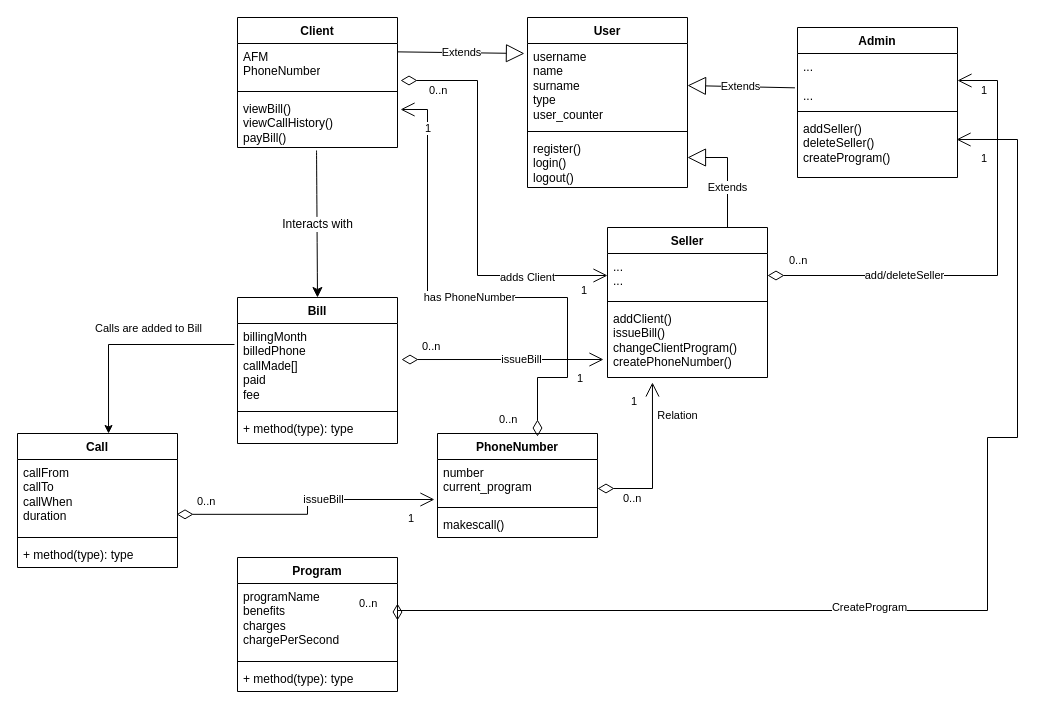
Above: Diagram.drawio in dimitry-lzs/webProgramming (draw.io), before the change. Source tidied: cells renumbered, new cells numbered last; positions are measured from the earlier drawing's top-left corner, leaving out a move shared by most shapes. Both pictures are drawn from the tidied source at 100%, with x=0, y=0 at pixel (17, 17).
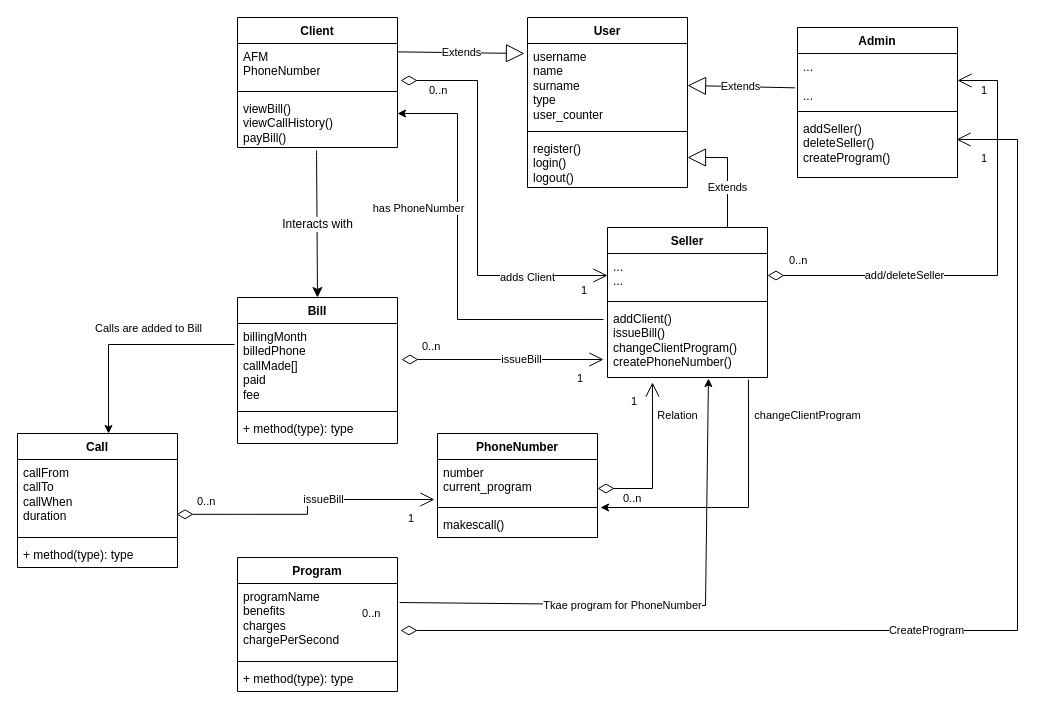
Above is the later version.

The change refers to these unchanged cells:
```xml
<mxCell id="9" value="addSeller()&lt;div&gt;deleteSeller()&lt;/div&gt;&lt;div&gt;createProgram()&lt;/div&gt;" style="text;strokeColor=none;fillColor=none;align=left;verticalAlign=top;spacingLeft=4;spacingRight=4;overflow=hidden;points=[[0,0.5],[1,0.5]];portConstraint=eastwest;whiteSpace=wrap;html=1;" parent="6" vertex="1">
  <mxGeometry y="88" width="160" height="62" as="geometry" />
</mxCell>
<mxCell id="13" value="viewBill()&lt;div&gt;viewCallHistory()&lt;/div&gt;&lt;div&gt;payBill()&lt;/div&gt;" style="text;strokeColor=none;fillColor=none;align=left;verticalAlign=top;spacingLeft=4;spacingRight=4;overflow=hidden;points=[[0,0.5],[1,0.5]];portConstraint=eastwest;whiteSpace=wrap;html=1;" parent="10" vertex="1">
  <mxGeometry y="78" width="160" height="52" as="geometry" />
</mxCell>
<mxCell id="17" value="addClient()&lt;div&gt;issueBill()&lt;/div&gt;&lt;div&gt;changeClientProgram()&lt;br&gt;createPhoneNumber()&lt;/div&gt;&lt;div&gt;&lt;br&gt;&lt;/div&gt;" style="text;strokeColor=none;fillColor=none;align=left;verticalAlign=top;spacingLeft=4;spacingRight=4;overflow=hidden;points=[[0,0.5],[1,0.5]];portConstraint=eastwest;whiteSpace=wrap;html=1;" parent="14" vertex="1">
  <mxGeometry y="78" width="160" height="72" as="geometry" />
</mxCell>
<mxCell id="21" value="PhoneNumber" style="swimlane;fontStyle=1;align=center;verticalAlign=top;horizontal=1;startSize=26;whiteSpace=wrap;html=1;" parent="1" vertex="1">
  <mxGeometry x="420" y="416" width="160" height="104" as="geometry" />
</mxCell>
<mxCell id="24" value="makescall()" style="text;strokeColor=none;fillColor=none;align=left;verticalAlign=top;spacingLeft=4;spacingRight=4;overflow=hidden;points=[[0,0.5],[1,0.5]];portConstraint=eastwest;whiteSpace=wrap;html=1;" parent="21" vertex="1">
  <mxGeometry y="78" width="160" height="26" as="geometry" />
</mxCell>
<mxCell id="26" value="programName&lt;div&gt;benefits&lt;/div&gt;&lt;div&gt;charges&lt;/div&gt;&lt;div&gt;chargePerSecond&lt;/div&gt;" style="text;strokeColor=none;fillColor=none;align=left;verticalAlign=top;spacingLeft=4;spacingRight=4;overflow=hidden;points=[[0,0.5],[1,0.5]];portConstraint=eastwest;whiteSpace=wrap;html=1;" parent="25" vertex="1">
  <mxGeometry y="26" width="160" height="74" as="geometry" />
</mxCell>
```

Change to the diagram source:
```diff
@@
-    <mxCell id="49" value="CreateProgram" style="endArrow=open;html=1;endSize=12;startArrow=diamondThin;startSize=14;startFill=0;edgeStyle=orthogonalEdgeStyle;rounded=0;entryX=0.994;entryY=0.387;entryDx=0;entryDy=0;entryPerimeter=0;exitX=1;exitY=0.5;exitDx=0;exitDy=0;" parent="1" edge="1" source="26" target="9">
-      <mxGeometry x="-0.17" y="3" relative="1" as="geometry">
+    <mxCell id="49" value="CreateProgram" style="endArrow=open;html=1;endSize=12;startArrow=diamondThin;startSize=14;startFill=0;edgeStyle=orthogonalEdgeStyle;rounded=0;entryX=0.994;entryY=0.387;entryDx=0;entryDy=0;entryPerimeter=0;exitX=1.019;exitY=0.635;exitDx=0;exitDy=0;exitPerimeter=0;" parent="1" edge="1" source="26" target="9">
+      <mxGeometry x="-0.1" relative="1" as="geometry">
         <Array as="points">
-          <mxPoint x="970" y="593" />
-          <mxPoint x="970" y="420" />
-          <mxPoint x="1000" y="420" />
+          <mxPoint x="1000" y="613" />
           <mxPoint x="1000" y="122" />
         </Array>
       </mxGeometry>
     </mxCell>
@@
-    <mxCell id="54" value="has PhoneNumber" style="endArrow=open;html=1;endSize=12;startArrow=diamondThin;startSize=14;startFill=0;edgeStyle=orthogonalEdgeStyle;rounded=0;entryX=1.019;entryY=0.269;entryDx=0;entryDy=0;entryPerimeter=0;exitX=0.625;exitY=0.029;exitDx=0;exitDy=0;exitPerimeter=0;" parent="1" edge="1" source="21" target="13">
-      <mxGeometry x="0.02" relative="1" as="geometry">
-        <Array as="points">
-          <mxPoint x="520" y="360" />
-          <mxPoint x="550" y="360" />
-          <mxPoint x="550" y="280" />
-          <mxPoint x="410" y="280" />
-          <mxPoint x="410" y="92" />
-        </Array>
-      </mxGeometry>
-    </mxCell>
-    <mxCell id="55" value="0..n" style="edgeLabel;html=1;align=left;verticalAlign=top;" parent="54" vertex="1">
-      <mxGeometry x="-1" relative="1" as="geometry">
-        <mxPoint x="-40" y="-30" as="offset" />
-      </mxGeometry>
-    </mxCell>
-    <mxCell id="56" value="1" style="edgeLabel;html=1;align=right;verticalAlign=top;" parent="54" vertex="1">
-      <mxGeometry x="1" relative="1" as="geometry">
-        <mxPoint x="31" y="6" as="offset" />
-      </mxGeometry>
-    </mxCell>
@@
+    <mxCell id="62" style="endArrow=classic;html=1;rounded=0;exitX=0.881;exitY=1.028;exitDx=0;exitDy=0;exitPerimeter=0;entryX=1.019;entryY=-0.154;entryDx=0;entryDy=0;entryPerimeter=0;" parent="1" edge="1" source="17" target="24">
+      <mxGeometry relative="1" as="geometry">
+        <Array as="points">
+          <mxPoint x="731" y="490" />
+        </Array>
+      </mxGeometry>
+    </mxCell>
+    <mxCell id="63" value="changeClientProgram" style="edgeLabel;html=1;align=center;verticalAlign=middle;" parent="62" vertex="1">
+      <mxGeometry relative="1" as="geometry">
+        <mxPoint x="69" y="-92" as="offset" />
+      </mxGeometry>
+    </mxCell>
+    <mxCell id="64" style="endArrow=classic;html=1;rounded=0;exitX=1.013;exitY=0.257;exitDx=0;exitDy=0;exitPerimeter=0;entryX=0.631;entryY=1.014;entryDx=0;entryDy=0;entryPerimeter=0;" parent="1" edge="1" source="26" target="17">
+      <mxGeometry relative="1" as="geometry">
+        <Array as="points">
+          <mxPoint x="688" y="588" />
+        </Array>
+      </mxGeometry>
+    </mxCell>
+    <mxCell id="65" value="Tkae program for PhoneNumber" style="edgeLabel;html=1;align=center;verticalAlign=middle;" parent="64" vertex="1">
+      <mxGeometry relative="1" as="geometry">
+        <mxPoint x="-44" as="offset" />
+      </mxGeometry>
+    </mxCell>
+    <mxCell id="66" style="endArrow=classic;html=1;rounded=0;exitX=-0.025;exitY=0.194;exitDx=0;exitDy=0;exitPerimeter=0;entryX=1;entryY=0.346;entryDx=0;entryDy=0;entryPerimeter=0;" parent="1" edge="1" source="17" target="13">
+      <mxGeometry relative="1" as="geometry">
+        <Array as="points">
+          <mxPoint x="440" y="302" />
+          <mxPoint x="440" y="96" />
+        </Array>
+      </mxGeometry>
+    </mxCell>
+    <mxCell id="54" value="has PhoneNumber" style="edgeLabel;html=1;align=center;verticalAlign=middle;" parent="66" vertex="1">
+      <mxGeometry relative="1" as="geometry">
+        <mxPoint x="-40" y="-52" as="offset" />
+      </mxGeometry>
+    </mxCell>
```
